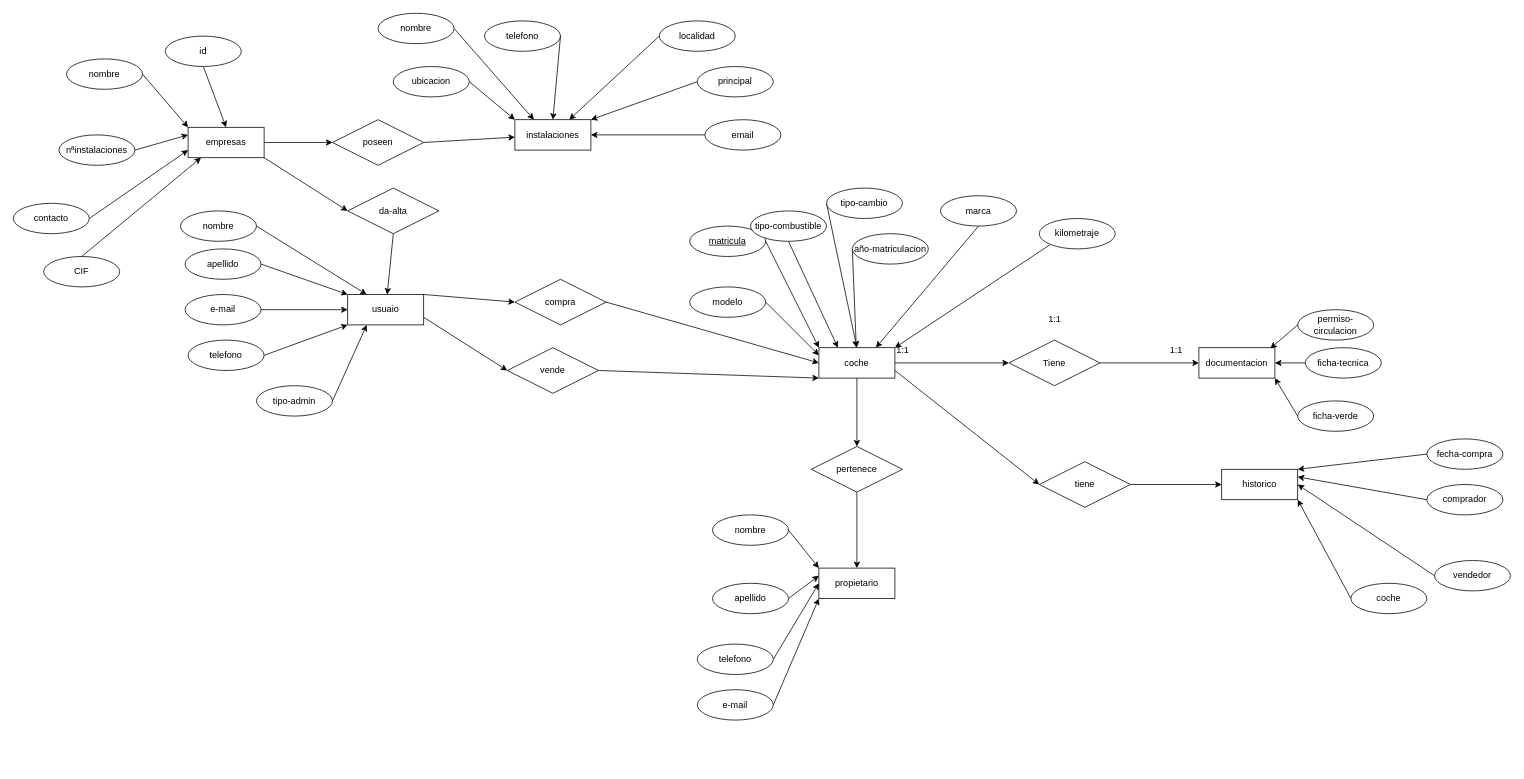
Earlier version of the draw.io diagram DOCS/gestorDocumental.drawio (nachete905/TFC). Source tidied: cells renumbered, new cells numbered last; positions are measured from the earlier drawing's top-left corner, leaving out a move shared by most shapes. Both pictures are drawn from the tidied source at 76%, with x=0, y=0 at pixel (13, 13).
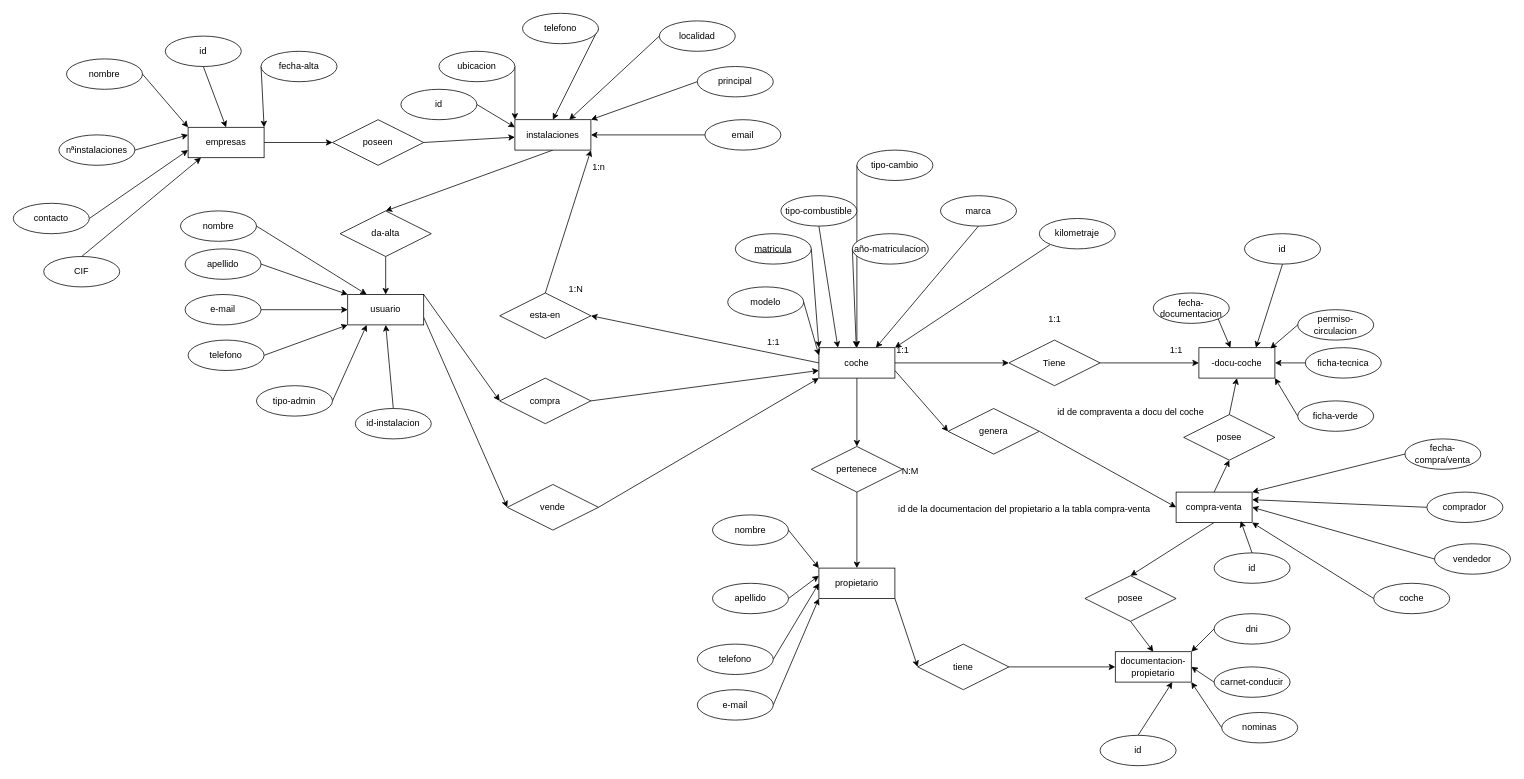
After the change.

Commit message:
esquema bdd completo

Unchanged cells that the change refers to:
```xml
<mxCell id="5" value="coche" style="whiteSpace=wrap;html=1;align=center;" parent="1" vertex="1">
  <mxGeometry x="1060" y="440" width="100" height="40" as="geometry" />
</mxCell>
<mxCell id="34" value="propietario" style="whiteSpace=wrap;html=1;align=center;" parent="1" vertex="1">
  <mxGeometry x="1060" y="730" width="100" height="40" as="geometry" />
</mxCell>
<mxCell id="45" value="empresas" style="whiteSpace=wrap;html=1;align=center;" parent="1" vertex="1">
  <mxGeometry x="230" y="150" width="100" height="40" as="geometry" />
</mxCell>
<mxCell id="61" value="instalaciones" style="whiteSpace=wrap;html=1;align=center;" parent="1" vertex="1">
  <mxGeometry x="660" y="140" width="100" height="40" as="geometry" />
</mxCell>
```

The edit, as a diff of the source:
```diff
@@
+    <mxCell id="101" style="edgeStyle=none;rounded=0;jettySize=auto;html=1;exitX=0;exitY=0.5;exitDx=0;exitDy=0;entryX=1;entryY=0.5;entryDx=0;entryDy=0;" parent="1" edge="1" source="5" target="113">
+      <mxGeometry relative="1" as="geometry" />
+    </mxCell>
@@
     <mxCell id="7" value="&lt;u&gt;matricula&lt;/u&gt;" style="ellipse;whiteSpace=wrap;html=1;align=center;" parent="1" vertex="1">
-      <mxGeometry x="890" y="280" width="100" height="40" as="geometry" />
+      <mxGeometry x="950" y="290" width="100" height="40" as="geometry" />
     </mxCell>
@@
     <mxCell id="9" value="tipo-cambio" style="ellipse;whiteSpace=wrap;html=1;align=center;" parent="1" vertex="1">
-      <mxGeometry x="1070" y="230" width="100" height="40" as="geometry" />
+      <mxGeometry x="1110" y="180" width="100" height="40" as="geometry" />
     </mxCell>
@@
     <mxCell id="13" value="tipo-combustible" style="ellipse;whiteSpace=wrap;html=1;align=center;" parent="1" vertex="1">
-      <mxGeometry x="970" y="260" width="100" height="40" as="geometry" />
+      <mxGeometry x="1010" y="240" width="100" height="40" as="geometry" />
     </mxCell>
@@
     <mxCell id="19" value="modelo" style="ellipse;whiteSpace=wrap;html=1;align=center;" parent="1" vertex="1">
-      <mxGeometry x="890" y="360" width="100" height="40" as="geometry" />
+      <mxGeometry x="940" y="360" width="100" height="40" as="geometry" />
     </mxCell>
@@
-    <mxCell id="22" value="documentacion" style="whiteSpace=wrap;html=1;align=center;" parent="1" vertex="1">
+    <mxCell id="22" value="-docu-coche" style="whiteSpace=wrap;html=1;align=center;" parent="1" vertex="1">
       <mxGeometry x="1560" y="440" width="100" height="40" as="geometry" />
     </mxCell>
@@
+    <mxCell id="102" style="edgeStyle=none;rounded=0;jettySize=auto;html=1;exitX=1;exitY=1;exitDx=0;exitDy=0;entryX=0;entryY=0.5;entryDx=0;entryDy=0;" parent="1" edge="1" source="34" target="121">
+      <mxGeometry relative="1" as="geometry" />
+    </mxCell>
@@
-    <mxCell id="44" style="edgeStyle=none;rounded=0;jettySize=auto;html=1;exitX=1;exitY=1;exitDx=0;exitDy=0;entryX=0;entryY=0.5;entryDx=0;entryDy=0;" parent="1" edge="1" source="45" target="92">
-      <mxGeometry relative="1" as="geometry" />
-    </mxCell>
@@
-    <mxCell id="48" value="usuaio" style="whiteSpace=wrap;html=1;align=center;" parent="1" vertex="1">
+    <mxCell id="48" value="usuario" style="whiteSpace=wrap;html=1;align=center;" parent="1" vertex="1">
       <mxGeometry x="440" y="370" width="100" height="40" as="geometry" />
     </mxCell>
@@
+    <mxCell id="103" style="edgeStyle=none;rounded=0;jettySize=auto;html=1;exitX=0.5;exitY=1;exitDx=0;exitDy=0;entryX=0.5;entryY=0;entryDx=0;entryDy=0;" parent="1" edge="1" source="61" target="92">
+      <mxGeometry relative="1" as="geometry" />
+    </mxCell>
@@
     <mxCell id="63" value="ubicacion" style="ellipse;whiteSpace=wrap;html=1;align=center;" parent="1" vertex="1">
-      <mxGeometry x="500" y="70" width="100" height="40" as="geometry" />
+      <mxGeometry x="560" y="50" width="100" height="40" as="geometry" />
     </mxCell>
@@
     <mxCell id="67" value="telefono" style="ellipse;whiteSpace=wrap;html=1;align=center;" parent="1" vertex="1">
-      <mxGeometry x="620" y="10" width="100" height="40" as="geometry" />
+      <mxGeometry x="670" width="100" height="40" as="geometry" />
     </mxCell>
@@
-    <mxCell id="72" style="edgeStyle=none;rounded=0;jettySize=auto;html=1;exitX=1;exitY=0.5;exitDx=0;exitDy=0;entryX=0.25;entryY=0;entryDx=0;entryDy=0;" parent="1" edge="1" source="73" target="61">
-      <mxGeometry relative="1" as="geometry" />
-    </mxCell>
-    <mxCell id="73" value="nombre" style="ellipse;whiteSpace=wrap;html=1;align=center;" parent="1" vertex="1">
-      <mxGeometry x="480" width="100" height="40" as="geometry" />
-    </mxCell>
@@
-    <mxCell id="84" style="edgeStyle=none;rounded=0;jettySize=auto;html=1;exitX=1;exitY=0.5;exitDx=0;exitDy=0;entryX=0;entryY=0.5;entryDx=0;entryDy=0;" parent="1" edge="1" source="85" target="5">
+    <mxCell id="84" style="edgeStyle=none;rounded=0;jettySize=auto;html=1;exitX=1;exitY=0.5;exitDx=0;exitDy=0;entryX=0;entryY=0.75;entryDx=0;entryDy=0;" parent="1" edge="1" source="85" target="5">
       <mxGeometry relative="1" as="geometry" />
     </mxCell>
     <mxCell id="85" value="compra" style="shape=rhombus;perimeter=rhombusPerimeter;whiteSpace=wrap;html=1;align=center;" parent="1" vertex="1">
-      <mxGeometry x="660" y="350" width="120" height="60" as="geometry" />
+      <mxGeometry x="640" y="480" width="120" height="60" as="geometry" />
     </mxCell>
@@
     <mxCell id="87" value="vende" style="shape=rhombus;perimeter=rhombusPerimeter;whiteSpace=wrap;html=1;align=center;" parent="1" vertex="1">
-      <mxGeometry x="650" y="440" width="120" height="60" as="geometry" />
+      <mxGeometry x="650" y="620" width="120" height="60" as="geometry" />
     </mxCell>
@@
-    <mxCell id="89" value="tiene" style="shape=rhombus;perimeter=rhombusPerimeter;whiteSpace=wrap;html=1;align=center;" parent="1" vertex="1">
-      <mxGeometry x="1350" y="590" width="120" height="60" as="geometry" />
+    <mxCell id="89" value="genera" style="shape=rhombus;perimeter=rhombusPerimeter;whiteSpace=wrap;html=1;align=center;" parent="1" vertex="1">
+      <mxGeometry x="1230" y="520" width="120" height="60" as="geometry" />
     </mxCell>
+    <mxCell id="104" style="edgeStyle=none;rounded=0;jettySize=auto;html=1;exitX=0.5;exitY=1;exitDx=0;exitDy=0;entryX=0.5;entryY=0;entryDx=0;entryDy=0;" parent="1" edge="1" source="90" target="136">
+      <mxGeometry relative="1" as="geometry" />
+    </mxCell>
+    <mxCell id="105" style="edgeStyle=none;rounded=0;jettySize=auto;html=1;exitX=0.5;exitY=0;exitDx=0;exitDy=0;entryX=0.5;entryY=1;entryDx=0;entryDy=0;" parent="1" edge="1" source="90" target="140">
+      <mxGeometry relative="1" as="geometry" />
+    </mxCell>
-    <mxCell id="90" value="historico" style="whiteSpace=wrap;html=1;align=center;" parent="1" vertex="1">
-      <mxGeometry x="1590" y="600" width="100" height="40" as="geometry" />
+    <mxCell id="90" value="compra-venta" style="whiteSpace=wrap;html=1;align=center;" parent="1" vertex="1">
+      <mxGeometry x="1530" y="630" width="100" height="40" as="geometry" />
     </mxCell>
@@
     <mxCell id="92" value="da-alta" style="shape=rhombus;perimeter=rhombusPerimeter;whiteSpace=wrap;html=1;align=center;" parent="1" vertex="1">
-      <mxGeometry x="440" y="230" width="120" height="60" as="geometry" />
+      <mxGeometry x="430" y="260" width="120" height="60" as="geometry" />
     </mxCell>
@@
-    <mxCell id="94" value="fecha-compra" style="ellipse;whiteSpace=wrap;html=1;align=center;" parent="1" vertex="1">
-      <mxGeometry x="1860" y="560" width="100" height="40" as="geometry" />
+    <mxCell id="94" value="fecha-compra/venta" style="ellipse;whiteSpace=wrap;html=1;align=center;" parent="1" vertex="1">
+      <mxGeometry x="1831" y="560" width="100" height="40" as="geometry" />
     </mxCell>
@@
     <mxCell id="96" value="vendedor" style="ellipse;whiteSpace=wrap;html=1;align=center;" parent="1" vertex="1">
-      <mxGeometry x="1870" y="720" width="100" height="40" as="geometry" />
+      <mxGeometry x="1870" y="698" width="100" height="40" as="geometry" />
     </mxCell>
@@
     <mxCell id="98" value="comprador" style="ellipse;whiteSpace=wrap;html=1;align=center;" parent="1" vertex="1">
-      <mxGeometry x="1860" y="620" width="100" height="40" as="geometry" />
+      <mxGeometry x="1860" y="630" width="100" height="40" as="geometry" />
     </mxCell>
@@
     <mxCell id="100" value="coche" style="ellipse;whiteSpace=wrap;html=1;align=center;" parent="1" vertex="1">
-      <mxGeometry x="1760" y="750" width="100" height="40" as="geometry" />
+      <mxGeometry x="1790" y="750" width="100" height="40" as="geometry" />
     </mxCell>
+    <mxCell id="106" style="edgeStyle=none;rounded=0;jettySize=auto;html=1;exitX=0;exitY=0.5;exitDx=0;exitDy=0;entryX=1;entryY=0;entryDx=0;entryDy=0;" parent="1" edge="1" source="107" target="45">
+      <mxGeometry relative="1" as="geometry" />
+    </mxCell>
+    <mxCell id="107" value="fecha-alta" style="ellipse;whiteSpace=wrap;html=1;align=center;" parent="1" vertex="1">
+      <mxGeometry x="326" y="50" width="100" height="40" as="geometry" />
+    </mxCell>
+    <mxCell id="108" style="edgeStyle=none;rounded=0;jettySize=auto;html=1;exitX=1;exitY=0.5;exitDx=0;exitDy=0;entryX=0;entryY=0.25;entryDx=0;entryDy=0;" parent="1" edge="1" source="109" target="61">
+      <mxGeometry relative="1" as="geometry" />
+    </mxCell>
+    <mxCell id="109" value="id" style="ellipse;whiteSpace=wrap;html=1;align=center;" parent="1" vertex="1">
+      <mxGeometry x="510" y="100" width="100" height="40" as="geometry" />
+    </mxCell>
+    <mxCell id="110" style="edgeStyle=none;rounded=0;jettySize=auto;html=1;exitX=0.5;exitY=0;exitDx=0;exitDy=0;entryX=0.5;entryY=1;entryDx=0;entryDy=0;" parent="1" edge="1" source="111" target="48">
+      <mxGeometry relative="1" as="geometry" />
+    </mxCell>
+    <mxCell id="111" value="id-instalacion" style="ellipse;whiteSpace=wrap;html=1;align=center;" parent="1" vertex="1">
+      <mxGeometry x="450" y="520" width="100" height="40" as="geometry" />
+    </mxCell>
+    <mxCell id="112" style="edgeStyle=none;rounded=0;jettySize=auto;html=1;exitX=0.5;exitY=0;exitDx=0;exitDy=0;entryX=1;entryY=1;entryDx=0;entryDy=0;" parent="1" edge="1" source="113" target="61">
+      <mxGeometry relative="1" as="geometry" />
+    </mxCell>
+    <mxCell id="113" value="esta-en" style="shape=rhombus;perimeter=rhombusPerimeter;whiteSpace=wrap;html=1;align=center;" parent="1" vertex="1">
+      <mxGeometry x="640" y="368" width="120" height="60" as="geometry" />
+    </mxCell>
+    <mxCell id="114" value="1:1" style="text;html=1;align=center;verticalAlign=middle;strokeColor=none;fillColor=none;" parent="1" vertex="1">
+      <mxGeometry x="980" y="418" width="40" height="30" as="geometry" />
+    </mxCell>
+    <mxCell id="115" value="1:n" style="text;html=1;align=center;verticalAlign=middle;strokeColor=none;fillColor=none;" parent="1" vertex="1">
+      <mxGeometry x="750" y="188" width="40" height="30" as="geometry" />
+    </mxCell>
+    <mxCell id="116" value="1:N" style="text;html=1;align=center;verticalAlign=middle;strokeColor=none;fillColor=none;" parent="1" vertex="1">
+      <mxGeometry x="720" y="348" width="40" height="30" as="geometry" />
+    </mxCell>
+    <mxCell id="117" style="edgeStyle=none;rounded=0;jettySize=auto;html=1;exitX=1;exitY=1;exitDx=0;exitDy=0;" parent="1" edge="1" source="118" target="22">
+      <mxGeometry relative="1" as="geometry" />
+    </mxCell>
+    <mxCell id="118" value="fecha-documentacion" style="ellipse;whiteSpace=wrap;html=1;align=center;" parent="1" vertex="1">
+      <mxGeometry x="1500" y="368" width="100" height="40" as="geometry" />
+    </mxCell>
+    <mxCell id="119" value="N:M" style="text;html=1;align=center;verticalAlign=middle;strokeColor=none;fillColor=none;" parent="1" vertex="1">
+      <mxGeometry x="1155" y="588" width="50" height="30" as="geometry" />
+    </mxCell>
+    <mxCell id="120" style="edgeStyle=none;rounded=0;jettySize=auto;html=1;exitX=1;exitY=0.5;exitDx=0;exitDy=0;entryX=0;entryY=0.5;entryDx=0;entryDy=0;" parent="1" edge="1" source="121" target="122">
+      <mxGeometry relative="1" as="geometry" />
+    </mxCell>
+    <mxCell id="121" value="tiene" style="shape=rhombus;perimeter=rhombusPerimeter;whiteSpace=wrap;html=1;align=center;" parent="1" vertex="1">
+      <mxGeometry x="1190" y="830" width="120" height="60" as="geometry" />
+    </mxCell>
+    <mxCell id="122" value="documentacion-propietario" style="whiteSpace=wrap;html=1;align=center;" parent="1" vertex="1">
+      <mxGeometry x="1450" y="840" width="100" height="40" as="geometry" />
+    </mxCell>
+    <mxCell id="123" style="edgeStyle=none;rounded=0;jettySize=auto;html=1;exitX=0;exitY=0.5;exitDx=0;exitDy=0;entryX=1;entryY=0;entryDx=0;entryDy=0;" parent="1" edge="1" source="124" target="122">
+      <mxGeometry relative="1" as="geometry" />
+    </mxCell>
+    <mxCell id="124" value="dni" style="ellipse;whiteSpace=wrap;html=1;align=center;" parent="1" vertex="1">
+      <mxGeometry x="1580" y="790" width="100" height="40" as="geometry" />
+    </mxCell>
+    <mxCell id="125" style="edgeStyle=none;rounded=0;jettySize=auto;html=1;exitX=0;exitY=0.5;exitDx=0;exitDy=0;entryX=1;entryY=0.5;entryDx=0;entryDy=0;" parent="1" edge="1" source="126" target="122">
+      <mxGeometry relative="1" as="geometry" />
+    </mxCell>
+    <mxCell id="126" value="carnet-conducir" style="ellipse;whiteSpace=wrap;html=1;align=center;" parent="1" vertex="1">
+      <mxGeometry x="1580" y="860" width="100" height="40" as="geometry" />
+    </mxCell>
+    <mxCell id="127" style="edgeStyle=none;rounded=0;jettySize=auto;html=1;exitX=0;exitY=0.5;exitDx=0;exitDy=0;entryX=1;entryY=1;entryDx=0;entryDy=0;" parent="1" edge="1" source="128" target="122">
+      <mxGeometry relative="1" as="geometry" />
+    </mxCell>
+    <mxCell id="128" value="nominas" style="ellipse;whiteSpace=wrap;html=1;align=center;" parent="1" vertex="1">
+      <mxGeometry x="1590" y="920" width="100" height="40" as="geometry" />
+    </mxCell>
+    <mxCell id="129" style="edgeStyle=none;rounded=0;jettySize=auto;html=1;exitX=0.5;exitY=0;exitDx=0;exitDy=0;entryX=0.75;entryY=1;entryDx=0;entryDy=0;" parent="1" edge="1" source="130" target="122">
+      <mxGeometry relative="1" as="geometry" />
+    </mxCell>
+    <mxCell id="130" value="id" style="ellipse;whiteSpace=wrap;html=1;align=center;" parent="1" vertex="1">
+      <mxGeometry x="1430" y="950" width="100" height="40" as="geometry" />
+    </mxCell>
+    <mxCell id="131" style="edgeStyle=none;rounded=0;jettySize=auto;html=1;exitX=0.5;exitY=1;exitDx=0;exitDy=0;entryX=0.75;entryY=0;entryDx=0;entryDy=0;" parent="1" edge="1" source="132" target="22">
+      <mxGeometry relative="1" as="geometry" />
+    </mxCell>
+    <mxCell id="132" value="id" style="ellipse;whiteSpace=wrap;html=1;align=center;" parent="1" vertex="1">
+      <mxGeometry x="1620" y="290" width="100" height="40" as="geometry" />
+    </mxCell>
+    <mxCell id="133" value="id" style="ellipse;whiteSpace=wrap;html=1;align=center;" parent="1" vertex="1">
+      <mxGeometry x="1580" y="710" width="100" height="40" as="geometry" />
+    </mxCell>
+    <mxCell id="134" style="edgeStyle=none;rounded=0;jettySize=auto;html=1;exitX=0.5;exitY=0;exitDx=0;exitDy=0;entryX=0.85;entryY=0.95;entryDx=0;entryDy=0;entryPerimeter=0;" parent="1" edge="1" source="133" target="90">
+      <mxGeometry relative="1" as="geometry" />
+    </mxCell>
+    <mxCell id="135" style="edgeStyle=none;rounded=0;jettySize=auto;html=1;exitX=0.5;exitY=1;exitDx=0;exitDy=0;entryX=0.5;entryY=0;entryDx=0;entryDy=0;" parent="1" edge="1" source="136" target="122">
+      <mxGeometry relative="1" as="geometry" />
+    </mxCell>
+    <mxCell id="136" value="posee" style="shape=rhombus;perimeter=rhombusPerimeter;whiteSpace=wrap;html=1;align=center;" parent="1" vertex="1">
+      <mxGeometry x="1410" y="740" width="120" height="60" as="geometry" />
+    </mxCell>
+    <mxCell id="137" value="id de la documentacion del propietario a la tabla compra-venta" style="text;html=1;align=center;verticalAlign=middle;strokeColor=none;fillColor=none;" parent="1" vertex="1">
+      <mxGeometry x="1150" y="638" width="360" height="30" as="geometry" />
+    </mxCell>
+    <mxCell id="138" value="id de compraventa a docu del coche" style="text;html=1;align=center;verticalAlign=middle;strokeColor=none;fillColor=none;" parent="1" vertex="1">
+      <mxGeometry x="1360" y="510" width="220" height="30" as="geometry" />
+    </mxCell>
+    <mxCell id="139" style="edgeStyle=none;rounded=0;jettySize=auto;html=1;exitX=0.5;exitY=0;exitDx=0;exitDy=0;entryX=0.5;entryY=1;entryDx=0;entryDy=0;" parent="1" edge="1" source="140" target="22">
+      <mxGeometry relative="1" as="geometry" />
+    </mxCell>
+    <mxCell id="140" value="posee" style="shape=rhombus;perimeter=rhombusPerimeter;whiteSpace=wrap;html=1;align=center;" parent="1" vertex="1">
+      <mxGeometry x="1540" y="528" width="120" height="60" as="geometry" />
+    </mxCell>
```
